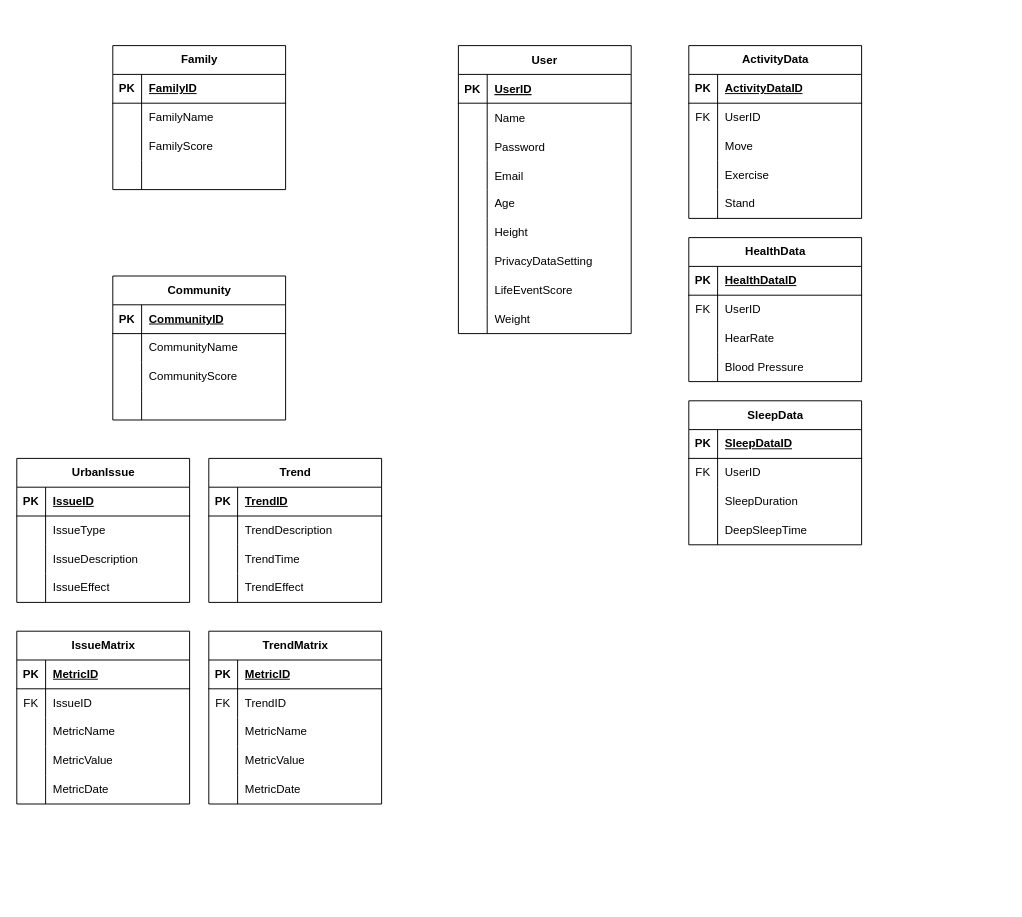
Above: 1/INFO 5100/Asmts/Group Assignment 1/Deliverables/Database Schema.drawio in yfeng445/NEU (draw.io), before the change. Source tidied: cells renumbered, new cells numbered last; positions are measured from the earlier drawing's top-left corner, leaving out a move shared by most shapes. Both pictures are drawn from the tidied source at 96%, with x=0, y=0 at pixel (16, 45).
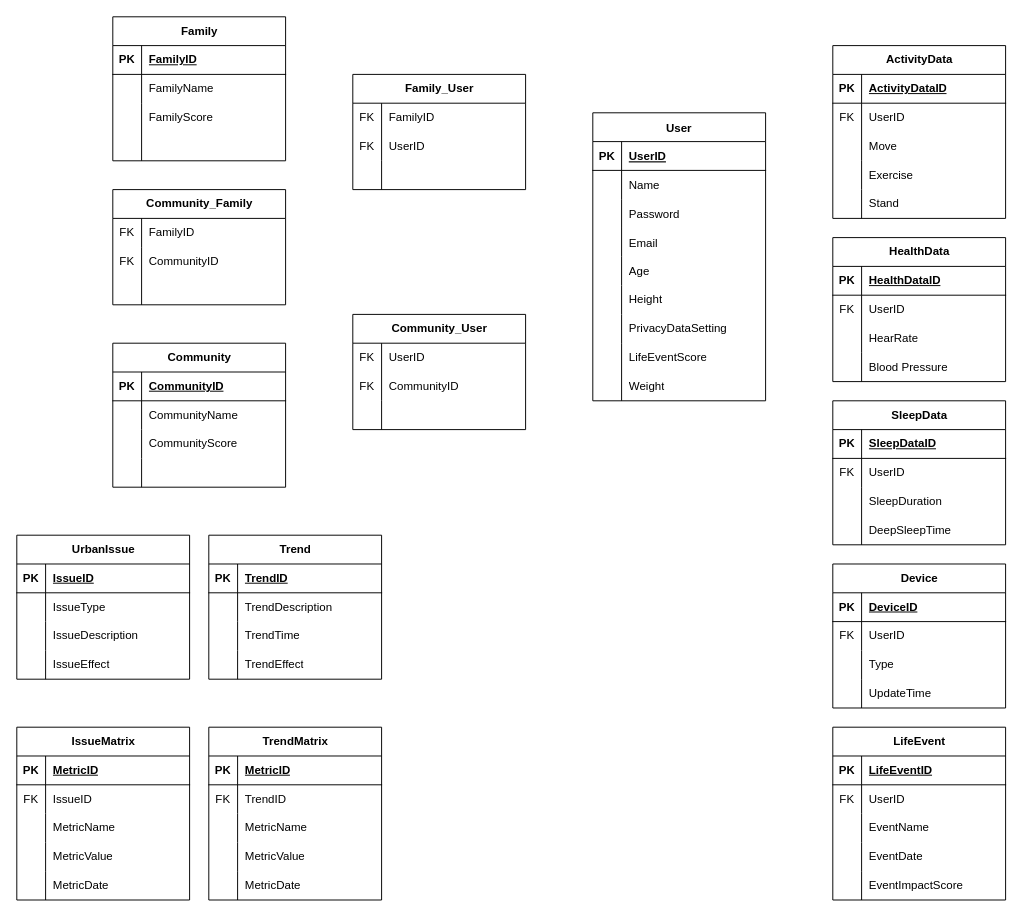
After the change.

Change to the diagram source:
```diff
@@
     <mxCell id="2" value="User" style="shape=table;startSize=30;childLayout=tableLayout;rowLines=0;fontStyle=1;align=center;" parent="1" vertex="1">
-      <mxGeometry x="460" width="180" height="300" as="geometry" />
+      <mxGeometry x="600" y="70" width="180" height="300" as="geometry" />
     </mxCell>
@@
     <mxCell id="30" value="Family" style="shape=table;startSize=30;childLayout=tableLayout;rowLines=0;fontStyle=1;align=center;html=1;" parent="1" vertex="1">
-      <mxGeometry x="100" width="180" height="150" as="geometry" />
+      <mxGeometry x="100" y="-30" width="180" height="150" as="geometry" />
     </mxCell>
@@
     <mxCell id="43" value="Community" style="shape=table;startSize=30;childLayout=tableLayout;rowLines=0;fontStyle=1;align=center;html=1;" parent="1" vertex="1">
-      <mxGeometry x="100" y="240" width="180" height="150" as="geometry" />
+      <mxGeometry x="100" y="310" width="180" height="150" as="geometry" />
     </mxCell>
@@
     <mxCell id="56" value="UrbanIssue" style="shape=table;startSize=30;childLayout=tableLayout;rowLines=0;fontStyle=1;align=center;html=1;" parent="1" vertex="1">
-      <mxGeometry y="430" width="180" height="150" as="geometry" />
+      <mxGeometry y="510" width="180" height="150" as="geometry" />
     </mxCell>
@@
     <mxCell id="69" value="Trend" style="shape=table;startSize=30;childLayout=tableLayout;rowLines=0;fontStyle=1;align=center;html=1;" parent="1" vertex="1">
-      <mxGeometry x="200" y="430" width="180" height="150" as="geometry" />
+      <mxGeometry x="200" y="510" width="180" height="150" as="geometry" />
     </mxCell>
@@
     <mxCell id="82" value="IssueMatrix" style="shape=table;startSize=30;childLayout=tableLayout;rowLines=0;fontStyle=1;align=center;html=1;" parent="1" vertex="1">
-      <mxGeometry y="610" width="180" height="180" as="geometry" />
+      <mxGeometry y="710" width="180" height="180" as="geometry" />
     </mxCell>
@@
     <mxCell id="98" value="TrendMatrix" style="shape=table;startSize=30;childLayout=tableLayout;rowLines=0;fontStyle=1;align=center;html=1;" parent="1" vertex="1">
-      <mxGeometry x="200" y="610" width="180" height="180" as="geometry" />
+      <mxGeometry x="200" y="710" width="180" height="180" as="geometry" />
     </mxCell>
@@
     <mxCell id="114" value="ActivityData" style="shape=table;startSize=30;childLayout=tableLayout;rowLines=0;fontStyle=1;align=center;html=1;" parent="1" vertex="1">
-      <mxGeometry x="700" width="180" height="180" as="geometry" />
+      <mxGeometry x="850" width="180" height="180" as="geometry" />
     </mxCell>
@@
     <mxCell id="130" value="HealthData" style="shape=table;startSize=30;childLayout=tableLayout;rowLines=0;fontStyle=1;align=center;html=1;" parent="1" vertex="1">
-      <mxGeometry x="700" y="200" width="180" height="150" as="geometry" />
+      <mxGeometry x="850" y="200" width="180" height="150" as="geometry" />
     </mxCell>
@@
     <mxCell id="143" value="SleepData" style="shape=table;startSize=30;childLayout=tableLayout;rowLines=0;fontStyle=1;align=center;html=1;" parent="1" vertex="1">
-      <mxGeometry x="700" y="370" width="180" height="150" as="geometry" />
+      <mxGeometry x="850" y="370" width="180" height="150" as="geometry" />
     </mxCell>
@@
+    <mxCell id="156" value="Device" style="shape=table;startSize=30;childLayout=tableLayout;rowLines=0;fontStyle=1;align=center;html=1;" parent="1" vertex="1">
+      <mxGeometry x="850" y="540" width="180" height="150" as="geometry" />
+    </mxCell>
+    <mxCell id="157" style="shape=tableRow;horizontal=0;startSize=0;swimlaneHead=0;swimlaneBody=0;fillColor=none;top=0;left=0;right=0;bottom=1;" parent="156" vertex="1">
+      <mxGeometry y="30" width="180" height="30" as="geometry" />
+    </mxCell>
+    <mxCell id="158" value="PK" style="shape=partialRectangle;fillColor=none;top=0;left=0;bottom=0;right=0;fontStyle=1;overflow=hidden;whiteSpace=wrap;html=1;" parent="157" vertex="1">
+      <mxGeometry width="30" height="30" as="geometry" />
+    </mxCell>
+    <mxCell id="159" value="DeviceID" style="shape=partialRectangle;fillColor=none;top=0;left=0;bottom=0;right=0;align=left;spacingLeft=6;fontStyle=5;overflow=hidden;whiteSpace=wrap;html=1;" parent="157" vertex="1">
+      <mxGeometry x="30" width="150" height="30" as="geometry" />
+    </mxCell>
+    <mxCell id="160" style="shape=tableRow;horizontal=0;startSize=0;swimlaneHead=0;swimlaneBody=0;fillColor=none;top=0;left=0;right=0;bottom=0;" parent="156" vertex="1">
+      <mxGeometry y="60" width="180" height="30" as="geometry" />
+    </mxCell>
+    <mxCell id="161" value="FK" style="shape=partialRectangle;fillColor=none;top=0;left=0;bottom=0;right=0;overflow=hidden;whiteSpace=wrap;html=1;" parent="160" vertex="1">
+      <mxGeometry width="30" height="30" as="geometry" />
+    </mxCell>
+    <mxCell id="162" value="UserID" style="shape=partialRectangle;fillColor=none;top=0;left=0;bottom=0;right=0;align=left;spacingLeft=6;overflow=hidden;whiteSpace=wrap;html=1;" parent="160" vertex="1">
+      <mxGeometry x="30" width="150" height="30" as="geometry" />
+    </mxCell>
+    <mxCell id="163" style="shape=tableRow;horizontal=0;startSize=0;swimlaneHead=0;swimlaneBody=0;fillColor=none;top=0;left=0;right=0;bottom=0;" parent="156" vertex="1">
+      <mxGeometry y="90" width="180" height="30" as="geometry" />
+    </mxCell>
+    <mxCell id="164" style="shape=partialRectangle;fillColor=none;top=0;left=0;bottom=0;right=0;overflow=hidden;whiteSpace=wrap;html=1;" parent="163" vertex="1">
+      <mxGeometry width="30" height="30" as="geometry" />
+    </mxCell>
+    <mxCell id="165" value="Type" style="shape=partialRectangle;fillColor=none;top=0;left=0;bottom=0;right=0;align=left;spacingLeft=6;overflow=hidden;whiteSpace=wrap;html=1;" parent="163" vertex="1">
+      <mxGeometry x="30" width="150" height="30" as="geometry" />
+    </mxCell>
+    <mxCell id="166" style="shape=tableRow;horizontal=0;startSize=0;swimlaneHead=0;swimlaneBody=0;fillColor=none;top=0;left=0;right=0;bottom=0;" parent="156" vertex="1">
+      <mxGeometry y="120" width="180" height="30" as="geometry" />
+    </mxCell>
+    <mxCell id="167" style="shape=partialRectangle;fillColor=none;top=0;left=0;bottom=0;right=0;overflow=hidden;whiteSpace=wrap;html=1;" parent="166" vertex="1">
+      <mxGeometry width="30" height="30" as="geometry" />
+    </mxCell>
+    <mxCell id="168" value="UpdateTime" style="shape=partialRectangle;fillColor=none;top=0;left=0;bottom=0;right=0;align=left;spacingLeft=6;overflow=hidden;whiteSpace=wrap;html=1;" parent="166" vertex="1">
+      <mxGeometry x="30" width="150" height="30" as="geometry" />
+    </mxCell>
+    <mxCell id="169" value="LifeEvent" style="shape=table;startSize=30;childLayout=tableLayout;rowLines=0;fontStyle=1;align=center;html=1;" parent="1" vertex="1">
+      <mxGeometry x="850" y="710" width="180" height="180" as="geometry" />
+    </mxCell>
+    <mxCell id="170" style="shape=tableRow;horizontal=0;startSize=0;swimlaneHead=0;swimlaneBody=0;fillColor=none;top=0;left=0;right=0;bottom=1;" parent="169" vertex="1">
+      <mxGeometry y="30" width="180" height="30" as="geometry" />
+    </mxCell>
+    <mxCell id="171" value="PK" style="shape=partialRectangle;fillColor=none;top=0;left=0;bottom=0;right=0;fontStyle=1;overflow=hidden;whiteSpace=wrap;html=1;" parent="170" vertex="1">
+      <mxGeometry width="30" height="30" as="geometry" />
+    </mxCell>
+    <mxCell id="172" value="LifeEventID" style="shape=partialRectangle;fillColor=none;top=0;left=0;bottom=0;right=0;align=left;spacingLeft=6;fontStyle=5;overflow=hidden;whiteSpace=wrap;html=1;" parent="170" vertex="1">
+      <mxGeometry x="30" width="150" height="30" as="geometry" />
+    </mxCell>
+    <mxCell id="173" style="shape=tableRow;horizontal=0;startSize=0;swimlaneHead=0;swimlaneBody=0;fillColor=none;top=0;left=0;right=0;bottom=0;" parent="169" vertex="1">
+      <mxGeometry y="60" width="180" height="30" as="geometry" />
+    </mxCell>
+    <mxCell id="174" value="FK" style="shape=partialRectangle;fillColor=none;top=0;left=0;bottom=0;right=0;overflow=hidden;whiteSpace=wrap;html=1;" parent="173" vertex="1">
+      <mxGeometry width="30" height="30" as="geometry" />
+    </mxCell>
+    <mxCell id="175" value="UserID" style="shape=partialRectangle;fillColor=none;top=0;left=0;bottom=0;right=0;align=left;spacingLeft=6;overflow=hidden;whiteSpace=wrap;html=1;" parent="173" vertex="1">
+      <mxGeometry x="30" width="150" height="30" as="geometry" />
+    </mxCell>
+    <mxCell id="176" style="shape=tableRow;horizontal=0;startSize=0;swimlaneHead=0;swimlaneBody=0;fillColor=none;top=0;left=0;right=0;bottom=0;" parent="169" vertex="1">
+      <mxGeometry y="90" width="180" height="30" as="geometry" />
+    </mxCell>
+    <mxCell id="177" style="shape=partialRectangle;fillColor=none;top=0;left=0;bottom=0;right=0;overflow=hidden;whiteSpace=wrap;html=1;" parent="176" vertex="1">
+      <mxGeometry width="30" height="30" as="geometry" />
+    </mxCell>
+    <mxCell id="178" value="EventName" style="shape=partialRectangle;fillColor=none;top=0;left=0;bottom=0;right=0;align=left;spacingLeft=6;overflow=hidden;whiteSpace=wrap;html=1;" parent="176" vertex="1">
+      <mxGeometry x="30" width="150" height="30" as="geometry" />
+    </mxCell>
+    <mxCell id="179" style="shape=tableRow;horizontal=0;startSize=0;swimlaneHead=0;swimlaneBody=0;fillColor=none;top=0;left=0;right=0;bottom=0;" parent="169" vertex="1">
+      <mxGeometry y="120" width="180" height="30" as="geometry" />
+    </mxCell>
+    <mxCell id="180" style="shape=partialRectangle;fillColor=none;top=0;left=0;bottom=0;right=0;overflow=hidden;whiteSpace=wrap;html=1;" parent="179" vertex="1">
+      <mxGeometry width="30" height="30" as="geometry" />
+    </mxCell>
+    <mxCell id="181" value="EventDate" style="shape=partialRectangle;fillColor=none;top=0;left=0;bottom=0;right=0;align=left;spacingLeft=6;overflow=hidden;whiteSpace=wrap;html=1;" parent="179" vertex="1">
+      <mxGeometry x="30" width="150" height="30" as="geometry" />
+    </mxCell>
+    <mxCell id="182" style="shape=tableRow;horizontal=0;startSize=0;swimlaneHead=0;swimlaneBody=0;fillColor=none;top=0;left=0;right=0;bottom=0;" parent="169" vertex="1">
+      <mxGeometry y="150" width="180" height="30" as="geometry" />
+    </mxCell>
+    <mxCell id="183" style="shape=partialRectangle;fillColor=none;top=0;left=0;bottom=0;right=0;fontStyle=0;overflow=hidden;whiteSpace=wrap;html=1;" parent="182" vertex="1">
+      <mxGeometry width="30" height="30" as="geometry" />
+    </mxCell>
+    <mxCell id="184" value="EventImpactScore" style="shape=partialRectangle;fillColor=none;top=0;left=0;bottom=0;right=0;align=left;spacingLeft=6;fontStyle=0;overflow=hidden;whiteSpace=wrap;html=1;" parent="182" vertex="1">
+      <mxGeometry x="30" width="150" height="30" as="geometry" />
+    </mxCell>
+    <mxCell id="185" value="Family_User" style="shape=table;startSize=30;childLayout=tableLayout;rowLines=0;fontStyle=1;align=center;html=1;" parent="1" vertex="1">
+      <mxGeometry x="350" y="30" width="180" height="120" as="geometry" />
+    </mxCell>
+    <mxCell id="186" style="shape=tableRow;horizontal=0;startSize=0;swimlaneHead=0;swimlaneBody=0;fillColor=none;top=0;left=0;right=0;bottom=0;" parent="185" vertex="1">
+      <mxGeometry y="30" width="180" height="30" as="geometry" />
+    </mxCell>
+    <mxCell id="187" value="FK" style="shape=partialRectangle;fillColor=none;top=0;left=0;bottom=0;right=0;overflow=hidden;whiteSpace=wrap;html=1;" parent="186" vertex="1">
+      <mxGeometry width="30" height="30" as="geometry" />
+    </mxCell>
+    <mxCell id="188" value="FamilyID" style="shape=partialRectangle;fillColor=none;top=0;left=0;bottom=0;right=0;align=left;spacingLeft=6;overflow=hidden;whiteSpace=wrap;html=1;" parent="186" vertex="1">
+      <mxGeometry x="30" width="150" height="30" as="geometry" />
+    </mxCell>
+    <mxCell id="189" style="shape=tableRow;horizontal=0;startSize=0;swimlaneHead=0;swimlaneBody=0;fillColor=none;top=0;left=0;right=0;bottom=0;" parent="185" vertex="1">
+      <mxGeometry y="60" width="180" height="30" as="geometry" />
+    </mxCell>
+    <mxCell id="190" value="FK" style="shape=partialRectangle;fillColor=none;top=0;left=0;bottom=0;right=0;overflow=hidden;whiteSpace=wrap;html=1;" parent="189" vertex="1">
+      <mxGeometry width="30" height="30" as="geometry" />
+    </mxCell>
+    <mxCell id="191" value="UserID" style="shape=partialRectangle;fillColor=none;top=0;left=0;bottom=0;right=0;align=left;spacingLeft=6;overflow=hidden;whiteSpace=wrap;html=1;" parent="189" vertex="1">
+      <mxGeometry x="30" width="150" height="30" as="geometry" />
+    </mxCell>
+    <mxCell id="192" style="shape=tableRow;horizontal=0;startSize=0;swimlaneHead=0;swimlaneBody=0;fillColor=none;top=0;left=0;right=0;bottom=0;" parent="185" vertex="1">
+      <mxGeometry y="90" width="180" height="30" as="geometry" />
+    </mxCell>
+    <mxCell id="193" style="shape=partialRectangle;fillColor=none;top=0;left=0;bottom=0;right=0;overflow=hidden;whiteSpace=wrap;html=1;" parent="192" vertex="1">
+      <mxGeometry width="30" height="30" as="geometry" />
+    </mxCell>
+    <mxCell id="194" style="shape=partialRectangle;fillColor=none;top=0;left=0;bottom=0;right=0;align=left;spacingLeft=6;overflow=hidden;whiteSpace=wrap;html=1;" parent="192" vertex="1">
+      <mxGeometry x="30" width="150" height="30" as="geometry" />
+    </mxCell>
+    <mxCell id="195" value="Community_&lt;span style=&quot;background-color: initial;&quot;&gt;Family&lt;/span&gt;" style="shape=table;startSize=30;childLayout=tableLayout;rowLines=0;fontStyle=1;align=center;html=1;" parent="1" vertex="1">
+      <mxGeometry x="100" y="150" width="180" height="120" as="geometry" />
+    </mxCell>
+    <mxCell id="196" style="shape=tableRow;horizontal=0;startSize=0;swimlaneHead=0;swimlaneBody=0;fillColor=none;top=0;left=0;right=0;bottom=0;" parent="195" vertex="1">
+      <mxGeometry y="30" width="180" height="30" as="geometry" />
+    </mxCell>
+    <mxCell id="197" value="FK" style="shape=partialRectangle;fillColor=none;top=0;left=0;bottom=0;right=0;overflow=hidden;whiteSpace=wrap;html=1;" parent="196" vertex="1">
+      <mxGeometry width="30" height="30" as="geometry" />
+    </mxCell>
+    <mxCell id="198" value="FamilyID" style="shape=partialRectangle;fillColor=none;top=0;left=0;bottom=0;right=0;align=left;spacingLeft=6;overflow=hidden;whiteSpace=wrap;html=1;" parent="196" vertex="1">
+      <mxGeometry x="30" width="150" height="30" as="geometry" />
+    </mxCell>
+    <mxCell id="199" style="shape=tableRow;horizontal=0;startSize=0;swimlaneHead=0;swimlaneBody=0;fillColor=none;top=0;left=0;right=0;bottom=0;" parent="195" vertex="1">
+      <mxGeometry y="60" width="180" height="30" as="geometry" />
+    </mxCell>
+    <mxCell id="200" value="FK" style="shape=partialRectangle;fillColor=none;top=0;left=0;bottom=0;right=0;overflow=hidden;whiteSpace=wrap;html=1;" parent="199" vertex="1">
+      <mxGeometry width="30" height="30" as="geometry" />
+    </mxCell>
+    <mxCell id="201" value="CommunityID" style="shape=partialRectangle;fillColor=none;top=0;left=0;bottom=0;right=0;align=left;spacingLeft=6;overflow=hidden;whiteSpace=wrap;html=1;" parent="199" vertex="1">
+      <mxGeometry x="30" width="150" height="30" as="geometry" />
+    </mxCell>
+    <mxCell id="202" style="shape=tableRow;horizontal=0;startSize=0;swimlaneHead=0;swimlaneBody=0;fillColor=none;top=0;left=0;right=0;bottom=0;" parent="195" vertex="1">
+      <mxGeometry y="90" width="180" height="30" as="geometry" />
+    </mxCell>
+    <mxCell id="203" style="shape=partialRectangle;fillColor=none;top=0;left=0;bottom=0;right=0;overflow=hidden;whiteSpace=wrap;html=1;" parent="202" vertex="1">
+      <mxGeometry width="30" height="30" as="geometry" />
+    </mxCell>
+    <mxCell id="204" style="shape=partialRectangle;fillColor=none;top=0;left=0;bottom=0;right=0;align=left;spacingLeft=6;overflow=hidden;whiteSpace=wrap;html=1;" parent="202" vertex="1">
+      <mxGeometry x="30" width="150" height="30" as="geometry" />
+    </mxCell>
+    <mxCell id="205" value="Community_User" style="shape=table;startSize=30;childLayout=tableLayout;rowLines=0;fontStyle=1;align=center;html=1;" parent="1" vertex="1">
+      <mxGeometry x="350" y="280" width="180" height="120" as="geometry" />
+    </mxCell>
+    <mxCell id="206" style="shape=tableRow;horizontal=0;startSize=0;swimlaneHead=0;swimlaneBody=0;fillColor=none;top=0;left=0;right=0;bottom=0;" parent="205" vertex="1">
+      <mxGeometry y="30" width="180" height="30" as="geometry" />
+    </mxCell>
+    <mxCell id="207" value="FK" style="shape=partialRectangle;fillColor=none;top=0;left=0;bottom=0;right=0;overflow=hidden;whiteSpace=wrap;html=1;" parent="206" vertex="1">
+      <mxGeometry width="30" height="30" as="geometry" />
+    </mxCell>
+    <mxCell id="208" value="UserID" style="shape=partialRectangle;fillColor=none;top=0;left=0;bottom=0;right=0;align=left;spacingLeft=6;overflow=hidden;whiteSpace=wrap;html=1;" parent="206" vertex="1">
+      <mxGeometry x="30" width="150" height="30" as="geometry" />
+    </mxCell>
+    <mxCell id="209" style="shape=tableRow;horizontal=0;startSize=0;swimlaneHead=0;swimlaneBody=0;fillColor=none;top=0;left=0;right=0;bottom=0;" parent="205" vertex="1">
+      <mxGeometry y="60" width="180" height="30" as="geometry" />
+    </mxCell>
+    <mxCell id="210" value="FK" style="shape=partialRectangle;fillColor=none;top=0;left=0;bottom=0;right=0;overflow=hidden;whiteSpace=wrap;html=1;" parent="209" vertex="1">
+      <mxGeometry width="30" height="30" as="geometry" />
+    </mxCell>
+    <mxCell id="211" value="CommunityID" style="shape=partialRectangle;fillColor=none;top=0;left=0;bottom=0;right=0;align=left;spacingLeft=6;overflow=hidden;whiteSpace=wrap;html=1;" parent="209" vertex="1">
+      <mxGeometry x="30" width="150" height="30" as="geometry" />
+    </mxCell>
+    <mxCell id="212" style="shape=tableRow;horizontal=0;startSize=0;swimlaneHead=0;swimlaneBody=0;fillColor=none;top=0;left=0;right=0;bottom=0;" parent="205" vertex="1">
+      <mxGeometry y="90" width="180" height="30" as="geometry" />
+    </mxCell>
+    <mxCell id="213" style="shape=partialRectangle;fillColor=none;top=0;left=0;bottom=0;right=0;overflow=hidden;whiteSpace=wrap;html=1;" parent="212" vertex="1">
+      <mxGeometry width="30" height="30" as="geometry" />
+    </mxCell>
+    <mxCell id="214" style="shape=partialRectangle;fillColor=none;top=0;left=0;bottom=0;right=0;align=left;spacingLeft=6;overflow=hidden;whiteSpace=wrap;html=1;" parent="212" vertex="1">
+      <mxGeometry x="30" width="150" height="30" as="geometry" />
+    </mxCell>
```
